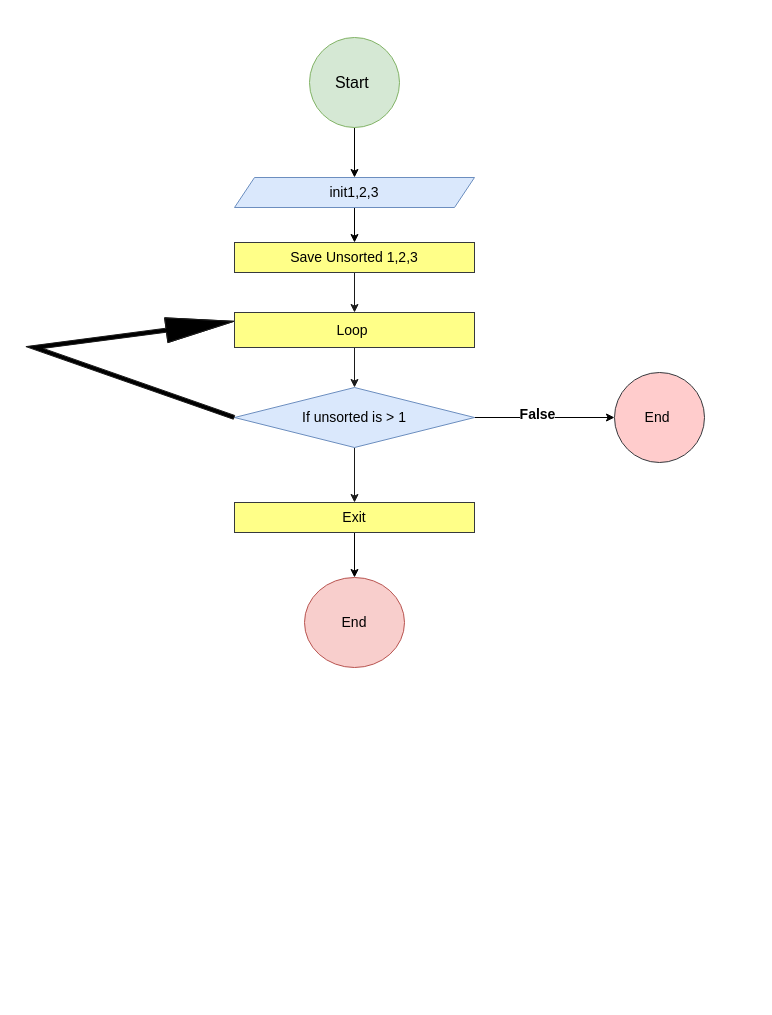
Above: AnthonyPesudo2.drawio in AnthonyOkobi/Tonycombo (draw.io), before the change. Source tidied: cells renumbered, new cells numbered last; positions are measured from the earlier drawing's top-left corner, leaving out a move shared by most shapes. Both pictures are drawn from the tidied source at 100%, with x=0, y=0 at pixel (34, 37).
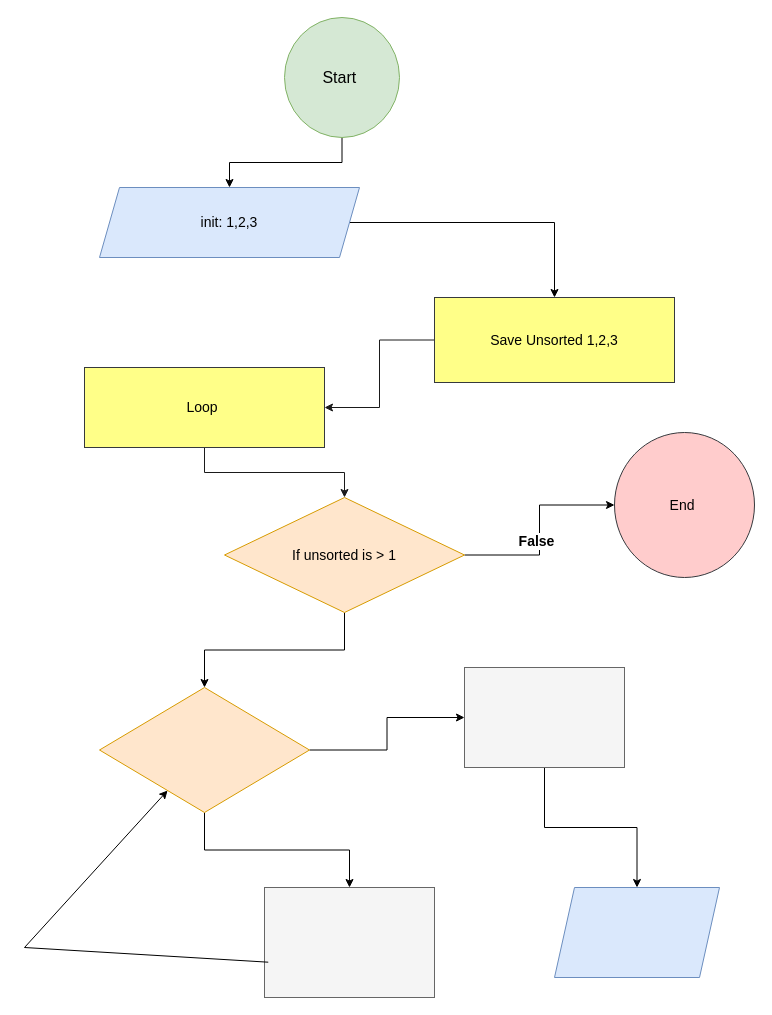
The same diagram, later.

Change to the diagram source:
```diff
@@
     <mxCell id="3" value="&lt;font size=&quot;3&quot;&gt;Start&amp;nbsp;&lt;/font&gt;" style="ellipse;whiteSpace=wrap;html=1;fillColor=#d5e8d4;strokeColor=#82b366;" parent="1" vertex="1">
-      <mxGeometry x="275" width="90" height="90" as="geometry" />
+      <mxGeometry x="250" y="-20" width="115" height="120" as="geometry" />
     </mxCell>
@@
-    <mxCell id="5" value="init1,2,3" style="shape=parallelogram;perimeter=parallelogramPerimeter;whiteSpace=wrap;html=1;fixedSize=1;fontSize=14;fillColor=#dae8fc;strokeColor=#6c8ebf;" parent="1" vertex="1">
-      <mxGeometry x="200" y="140" width="240" height="30" as="geometry" />
+    <mxCell id="5" value="init: 1,2,3" style="shape=parallelogram;perimeter=parallelogramPerimeter;whiteSpace=wrap;html=1;fixedSize=1;fontSize=14;fillColor=#dae8fc;strokeColor=#6c8ebf;" parent="1" vertex="1">
+      <mxGeometry x="65" y="150" width="260" height="70" as="geometry" />
     </mxCell>
@@
     <mxCell id="7" value="Save Unsorted 1,2,3" style="whiteSpace=wrap;html=1;fontSize=14;fillColor=#ffff88;strokeColor=#36393d;" parent="1" vertex="1">
-      <mxGeometry x="200" y="205" width="240" height="30" as="geometry" />
+      <mxGeometry x="400" y="260" width="240" height="85" as="geometry" />
     </mxCell>
@@
-    <mxCell id="10" style="edgeStyle=orthogonalEdgeStyle;rounded=0;sketch=0;fillStyle=solid;jettySize=auto;html=1;shadow=0;strokeColor=#1A1A1A;fontSize=14;fillColor=#000000;gradientColor=default;" parent="1" edge="1" source="11" target="14">
-      <mxGeometry relative="1" as="geometry" />
-    </mxCell>
+    <mxCell id="19" style="edgeStyle=orthogonalEdgeStyle;rounded=0;jettySize=auto;html=1;" parent="1" edge="1" source="11" target="22">
+      <mxGeometry relative="1" as="geometry" />
+    </mxCell>
-    <mxCell id="11" value="If unsorted is &amp;gt; 1" style="rhombus;whiteSpace=wrap;html=1;fontSize=14;fillColor=#dae8fc;strokeColor=#6c8ebf;" parent="1" vertex="1">
-      <mxGeometry x="200" y="350" width="240" height="60" as="geometry" />
+    <mxCell id="11" value="If unsorted is &amp;gt; 1" style="rhombus;whiteSpace=wrap;html=1;fontSize=14;fillColor=#ffe6cc;strokeColor=#d79b00;" parent="1" vertex="1">
+      <mxGeometry x="190" y="460" width="240" height="115" as="geometry" />
     </mxCell>
     <mxCell id="12" value="End&amp;nbsp;" style="ellipse;whiteSpace=wrap;html=1;fontSize=14;fillColor=#ffcccc;strokeColor=#36393d;" parent="1" vertex="1">
-      <mxGeometry x="580" y="335" width="90" height="90" as="geometry" />
+      <mxGeometry x="580" y="395" width="140" height="145" as="geometry" />
     </mxCell>
-    <mxCell id="13" style="edgeStyle=orthogonalEdgeStyle;rounded=0;jettySize=auto;html=1;fontSize=14;" parent="1" edge="1" source="14" target="15">
-      <mxGeometry relative="1" as="geometry" />
-    </mxCell>
-    <mxCell id="14" value="Exit" style="whiteSpace=wrap;html=1;fontSize=14;fillColor=#ffff88;strokeColor=#36393d;" parent="1" vertex="1">
-      <mxGeometry x="200" y="465" width="240" height="30" as="geometry" />
-    </mxCell>
-    <mxCell id="15" value="End" style="ellipse;whiteSpace=wrap;html=1;fontSize=14;fillColor=#f8cecc;strokeColor=#b85450;" parent="1" vertex="1">
-      <mxGeometry x="270" y="540" width="100" height="90" as="geometry" />
-    </mxCell>
-    <mxCell id="16" style="shape=flexArrow;endArrow=classic;html=1;rounded=0;fontSize=14;width=4;endSize=22.45;strokeColor=#1A1A1A;shadow=0;sketch=0;fillColor=#000000;fillStyle=solid;gradientColor=default;exitX=0;exitY=0.5;exitDx=0;exitDy=0;entryX=0;entryY=0.25;entryDx=0;entryDy=0;" parent="1" edge="1" source="11" target="18">
-      <mxGeometry relative="1" as="geometry">
-        <Array as="points">
-          <mxPoint y="310" />
-        </Array>
-      </mxGeometry>
-    </mxCell>
@@
     <mxCell id="18" value="Loop&amp;nbsp;" style="whiteSpace=wrap;html=1;fontSize=14;fillColor=#ffff88;strokeColor=#36393d;" parent="1" vertex="1">
-      <mxGeometry x="200" y="275" width="240" height="35" as="geometry" />
+      <mxGeometry x="50" y="330" width="240" height="80" as="geometry" />
     </mxCell>
+    <mxCell id="20" style="edgeStyle=orthogonalEdgeStyle;rounded=0;jettySize=auto;html=1;" parent="1" edge="1" source="22" target="24">
+      <mxGeometry relative="1" as="geometry" />
+    </mxCell>
+    <mxCell id="21" style="edgeStyle=orthogonalEdgeStyle;rounded=0;jettySize=auto;html=1;" parent="1" edge="1" source="22" target="26">
+      <mxGeometry relative="1" as="geometry" />
+    </mxCell>
+    <mxCell id="22" style="rhombus;whiteSpace=wrap;html=1;fontSize=14;fillColor=#ffe6cc;strokeColor=#d79b00;" parent="1" vertex="1">
+      <mxGeometry x="65" y="650" width="210" height="125" as="geometry" />
+    </mxCell>
+    <mxCell id="23" style="edgeStyle=orthogonalEdgeStyle;rounded=0;jettySize=auto;html=1;" parent="1" edge="1" source="24" target="25">
+      <mxGeometry relative="1" as="geometry" />
+    </mxCell>
+    <mxCell id="24" style="whiteSpace=wrap;html=1;fontSize=14;fillColor=#f5f5f5;strokeColor=#666666;fontColor=#333333;" parent="1" vertex="1">
+      <mxGeometry x="430" y="630" width="160" height="100" as="geometry" />
+    </mxCell>
+    <mxCell id="25" style="shape=parallelogram;perimeter=parallelogramPerimeter;whiteSpace=wrap;html=1;fixedSize=1;fontSize=14;fillColor=#dae8fc;strokeColor=#6c8ebf;" parent="1" vertex="1">
+      <mxGeometry x="520" y="850" width="165" height="90" as="geometry" />
+    </mxCell>
+    <mxCell id="26" style="whiteSpace=wrap;html=1;fontSize=14;fillColor=#f5f5f5;strokeColor=#666666;fontColor=#333333;" parent="1" vertex="1">
+      <mxGeometry x="230" y="850" width="170" height="110" as="geometry" />
+    </mxCell>
+    <mxCell id="27" style="endArrow=classic;html=1;rounded=0;exitX=0.022;exitY=0.679;exitDx=0;exitDy=0;exitPerimeter=0;" parent="1" edge="1" source="26" target="22">
+      <mxGeometry relative="1" as="geometry">
+        <Array as="points">
+          <mxPoint x="-10" y="910" />
+        </Array>
+      </mxGeometry>
+    </mxCell>
```
